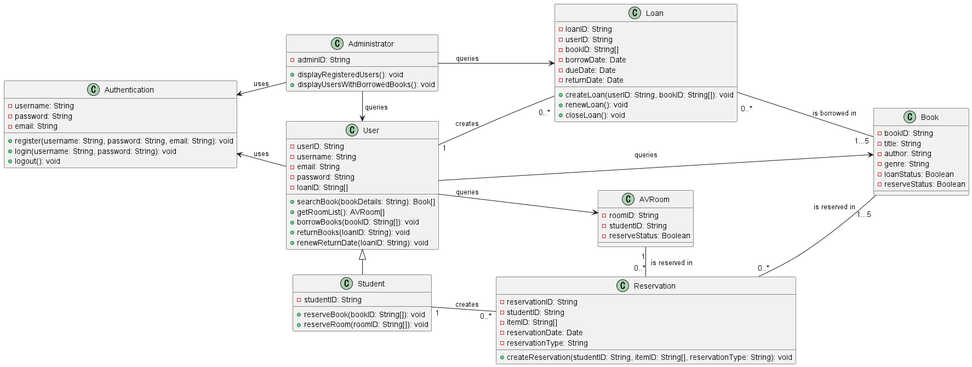
Before: src/PNG/class.png, a diagram exported from PlantUML (zuzu2307/Final_UML).
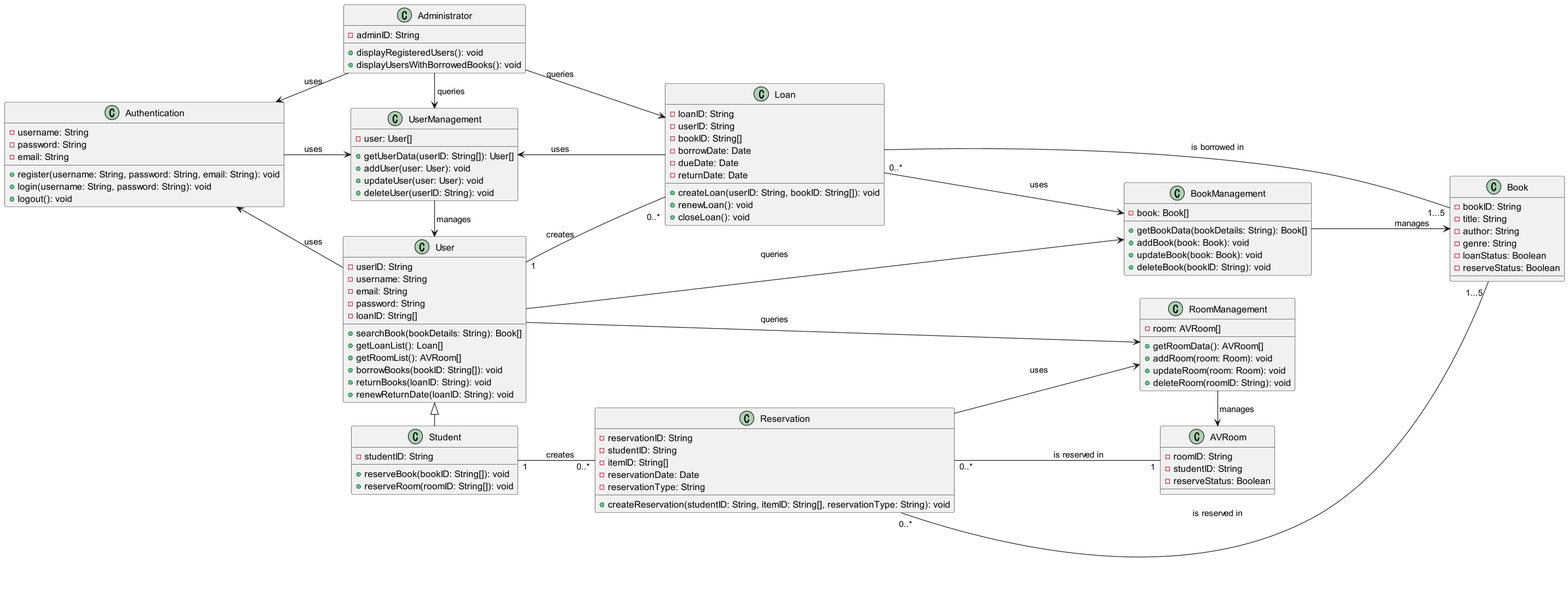
Later version of the same file.

Diff of the diagram source:
```diff
@@ -17,10 +17,19 @@
     -password: String
     -loanID: String[]
     +searchBook(bookDetails: String): Book[]
+    +getLoanList(): Loan[]
     +getRoomList(): AVRoom[]
     +borrowBooks(bookID: String[]): void
     +returnBooks(loanID: String): void
     +renewReturnDate(loanID: String): void
+}
+
+class UserManagement {
+    -user: User[]
+    +getUserData(userID: String[]): User[]
+    +addUser(user: User): void
+    +updateUser(user: User): void
+    +deleteUser(userID: String): void
 }
 
 class Student {
@@ -36,6 +45,14 @@
     -genre: String
     -loanStatus: Boolean
     -reserveStatus: Boolean
+}
+
+class BookManagement {
+    -book: Book[]
+    +getBookData(bookDetails: String): Book[]
+    +addBook(book: Book): void
+    +updateBook(book: Book): void
+    +deleteBook(bookID: String): void
 }
 
 class Loan {
@@ -71,16 +88,32 @@
     -reserveStatus: Boolean
 }
 
+class RoomManagement {
+    -room: AVRoom[]
+    +getRoomData(): AVRoom[]
+    +addRoom(room: Room): void
+    +updateRoom(room: Room): void
+    +deleteRoom(roomID: String): void
+}
+
+
 User -up-> Authentication: uses
-User ---> Book: queries
-User --> AVRoom: queries
+User ---> BookManagement: queries
+User --> RoomManagement: queries
 User <|-right- Student
 User "1" -- "\n0..*" Loan: creates
-Student "1" -- "0..*" Reservation: creates
+Student "1" -down- "0..*" Reservation: creates
+Authentication --> UserManagement: uses
+UserManagement -right-> User : "                     manages"
 AVRoom "1" -right- "0..*" Reservation: "                              is reserved in"
+BookManagement -down-> Book: "                        manages"
 Book "1...5" -up- "\n0..*" Loan: is borrowed in
-Book "\n1...5" -up- "0..*" Reservation: is reserved in
-Administrator -right-> User: "                   queries"
+Book "                                  1...5" -up- "0..*" Reservation: is reserved in
+Administrator -right-> UserManagement: "                   queries"
 Administrator -up-> Authentication: uses
 Administrator --> Loan : queries
+Loan -up-> UserManagement: uses
+Loan -right-> BookManagement: uses
+RoomManagement -right-> AVRoom: "                     manages"
+Reservation --> RoomManagement: uses
 @enduml
```
